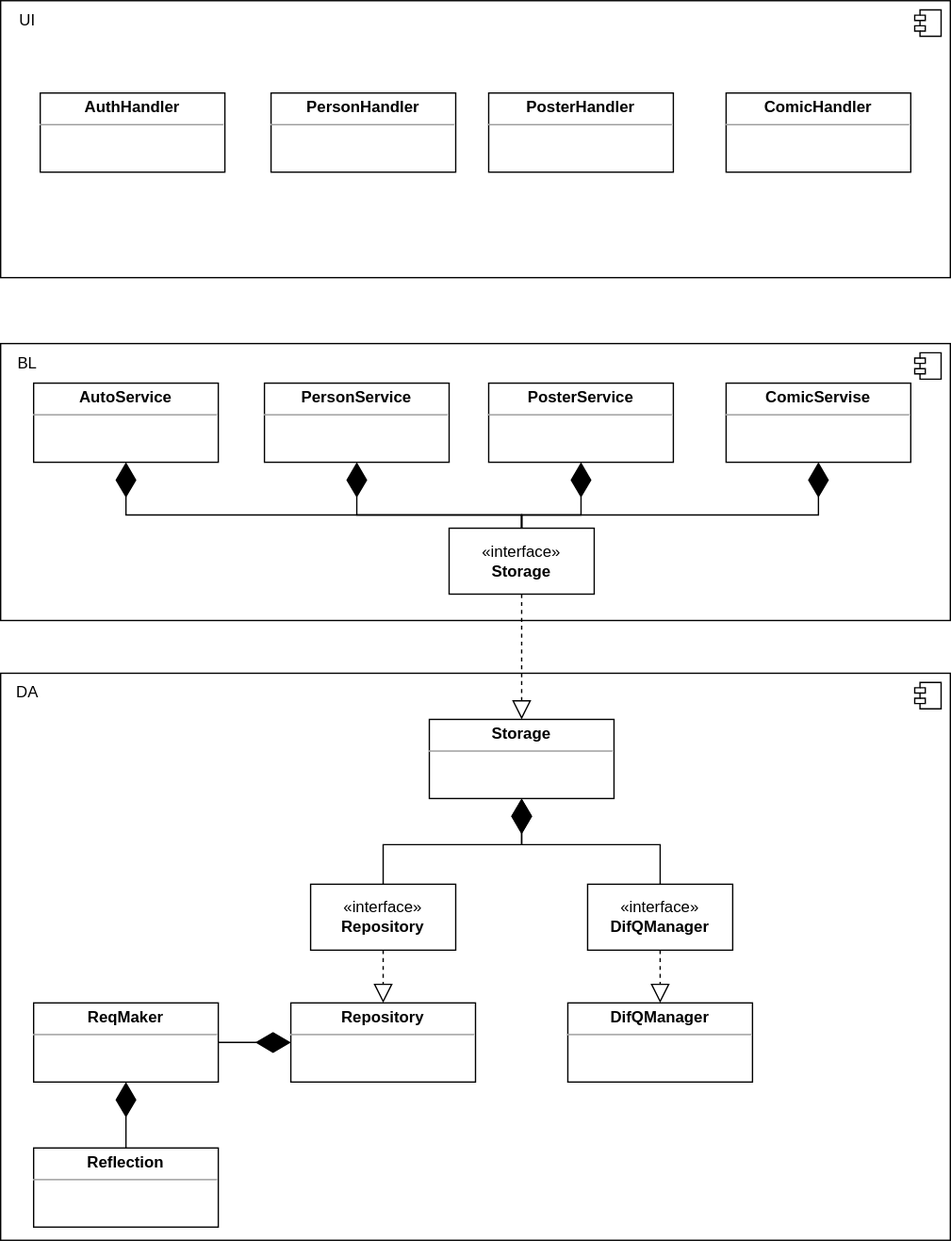
The draw.io diagram img/uml.svg in thirteenths/WEB_BMSTU23, before a commit. Source tidied: cells renumbered, new cells last; positions are measured from the earlier drawing's top-left corner, leaving out a move shared by most shapes.
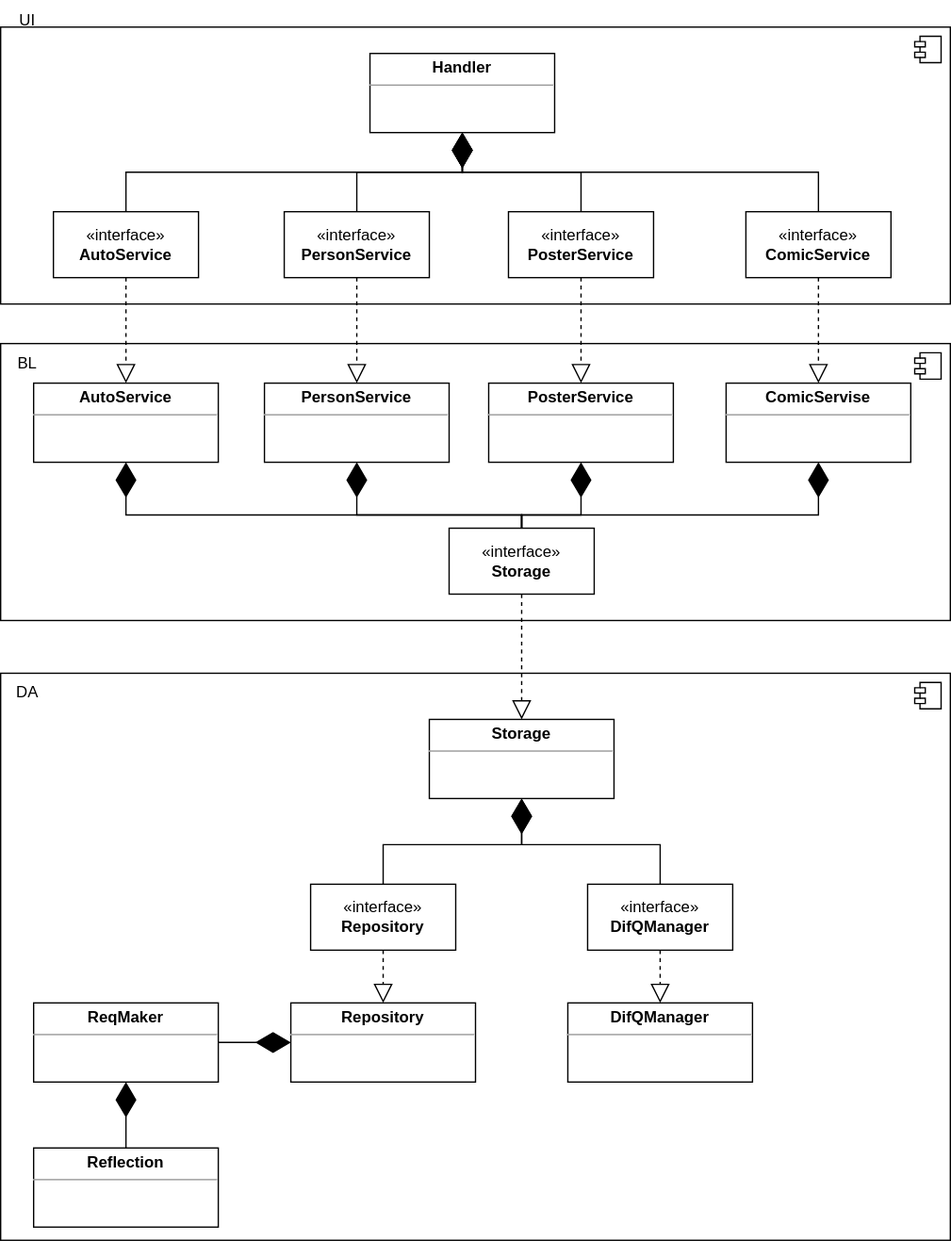
The same file after the commit.

Diff of the diagram source:
```diff
@@ -3,7 +3,7 @@
     <mxCell id="0" />
     <mxCell id="1" parent="0" />
     <mxCell id="2" style="html=1;whiteSpace=wrap;fillColor=none;align=left;" parent="1" vertex="1">
-      <mxGeometry width="720" height="210" as="geometry" />
+      <mxGeometry y="20" width="720" height="210" as="geometry" />
     </mxCell>
     <mxCell id="3" style="shape=module;jettyWidth=8;jettyHeight=4;" parent="2" vertex="1">
       <mxGeometry x="1" width="20" height="20" relative="1" as="geometry">
@@ -114,18 +114,9 @@
         </Array>
       </mxGeometry>
     </mxCell>
-    <mxCell id="29" value="&lt;p style=&quot;margin:0px;margin-top:4px;text-align:center;&quot;&gt;&lt;b&gt;AuthHandler&lt;/b&gt;&lt;/p&gt;&lt;hr size=&quot;1&quot;&gt;&lt;div style=&quot;height:2px;&quot;&gt;&lt;/div&gt;" style="verticalAlign=top;align=left;overflow=fill;fontSize=12;fontFamily=Helvetica;html=1;whiteSpace=wrap;" parent="1" vertex="1">
-      <mxGeometry x="30" y="70" width="140" height="60" as="geometry" />
-    </mxCell>
-    <mxCell id="30" value="&lt;p style=&quot;margin:0px;margin-top:4px;text-align:center;&quot;&gt;&lt;b&gt;ComicHandler&lt;/b&gt;&lt;/p&gt;&lt;hr size=&quot;1&quot;&gt;&lt;div style=&quot;height:2px;&quot;&gt;&lt;/div&gt;" style="verticalAlign=top;align=left;overflow=fill;fontSize=12;fontFamily=Helvetica;html=1;whiteSpace=wrap;" parent="1" vertex="1">
-      <mxGeometry x="550" y="70" width="140" height="60" as="geometry" />
+    <mxCell id="30" value="&lt;p style=&quot;margin:0px;margin-top:4px;text-align:center;&quot;&gt;&lt;b&gt;Handler&lt;/b&gt;&lt;/p&gt;&lt;hr size=&quot;1&quot;&gt;&lt;div style=&quot;height:2px;&quot;&gt;&lt;/div&gt;" style="verticalAlign=top;align=left;overflow=fill;fontSize=12;fontFamily=Helvetica;html=1;whiteSpace=wrap;" parent="1" vertex="1">
+      <mxGeometry x="280" y="40" width="140" height="60" as="geometry" />
     </mxCell>
-    <mxCell id="31" value="&lt;p style=&quot;margin:0px;margin-top:4px;text-align:center;&quot;&gt;&lt;b&gt;PosterHandler&lt;/b&gt;&lt;/p&gt;&lt;hr size=&quot;1&quot;&gt;&lt;div style=&quot;height:2px;&quot;&gt;&lt;/div&gt;" style="verticalAlign=top;align=left;overflow=fill;fontSize=12;fontFamily=Helvetica;html=1;whiteSpace=wrap;" parent="1" vertex="1">
-      <mxGeometry x="370" y="70" width="140" height="60" as="geometry" />
-    </mxCell>
-    <mxCell id="32" value="&lt;p style=&quot;margin:0px;margin-top:4px;text-align:center;&quot;&gt;&lt;b&gt;PersonHandler&lt;/b&gt;&lt;/p&gt;&lt;hr size=&quot;1&quot;&gt;&lt;div style=&quot;height:2px;&quot;&gt;&lt;/div&gt;" style="verticalAlign=top;align=left;overflow=fill;fontSize=12;fontFamily=Helvetica;html=1;whiteSpace=wrap;" parent="1" vertex="1">
-      <mxGeometry x="205" y="70" width="140" height="60" as="geometry" />
-    </mxCell>
     <mxCell id="33" value="&lt;p style=&quot;margin:0px;margin-top:4px;text-align:center;&quot;&gt;&lt;b&gt;AutoService&lt;/b&gt;&lt;/p&gt;&lt;hr size=&quot;1&quot;&gt;&lt;div style=&quot;height:2px;&quot;&gt;&lt;/div&gt;" style="verticalAlign=top;align=left;overflow=fill;fontSize=12;fontFamily=Helvetica;html=1;whiteSpace=wrap;" parent="1" vertex="1">
       <mxGeometry x="25" y="290" width="140" height="60" as="geometry" />
     </mxCell>
@@ -146,5 +137,61 @@
     <mxCell id="37" value="DA" style="text;html=1;align=center;verticalAlign=middle;strokeColor=none;fillColor=none;" parent="1" vertex="1">
       <mxGeometry y="510" width="40" height="30" as="geometry" />
     </mxCell>
+    <mxCell id="38" style="endArrow=diamondThin;endFill=1;endSize=24;html=1;entryX=0.5;entryY=1;entryDx=0;entryDy=0;exitX=0.5;exitY=0;exitDx=0;exitDy=0;rounded=0;" parent="1" edge="1" source="40" target="30">
+      <mxGeometry relative="1" as="geometry">
+        <Array as="points">
+          <mxPoint x="95" y="130" />
+          <mxPoint x="350" y="130" />
+        </Array>
+      </mxGeometry>
+    </mxCell>
+    <mxCell id="39" style="endArrow=diamondThin;endFill=1;endSize=24;html=1;entryX=0.5;entryY=1;entryDx=0;entryDy=0;exitX=0.5;exitY=0;exitDx=0;exitDy=0;rounded=0;" parent="1" edge="1" source="41" target="30">
+      <mxGeometry relative="1" as="geometry">
+        <Array as="points">
+          <mxPoint x="270" y="130" />
+          <mxPoint x="350" y="130" />
+        </Array>
+      </mxGeometry>
+    </mxCell>
+    <mxCell id="40" value="«interface»&lt;br&gt;&lt;b&gt;AutoService&lt;/b&gt;" style="html=1;whiteSpace=wrap;" parent="1" vertex="1">
+      <mxGeometry x="40" y="160" width="110" height="50" as="geometry" />
+    </mxCell>
+    <mxCell id="41" value="«interface»&lt;br&gt;&lt;b&gt;PersonService&lt;/b&gt;" style="html=1;whiteSpace=wrap;" parent="1" vertex="1">
+      <mxGeometry x="215" y="160" width="110" height="50" as="geometry" />
+    </mxCell>
+    <mxCell id="42" value="«interface»&lt;br&gt;&lt;b&gt;PosterService&lt;/b&gt;" style="html=1;whiteSpace=wrap;" parent="1" vertex="1">
+      <mxGeometry x="385" y="160" width="110" height="50" as="geometry" />
+    </mxCell>
+    <mxCell id="43" value="«interface»&lt;br&gt;&lt;b&gt;ComicService&lt;/b&gt;" style="html=1;whiteSpace=wrap;" parent="1" vertex="1">
+      <mxGeometry x="565" y="160" width="110" height="50" as="geometry" />
+    </mxCell>
+    <mxCell id="44" style="endArrow=diamondThin;endFill=1;endSize=24;html=1;entryX=0.5;entryY=1;entryDx=0;entryDy=0;exitX=0.5;exitY=0;exitDx=0;exitDy=0;rounded=0;" parent="1" edge="1" source="42" target="30">
+      <mxGeometry relative="1" as="geometry">
+        <Array as="points">
+          <mxPoint x="440" y="130" />
+          <mxPoint x="350" y="130" />
+        </Array>
+      </mxGeometry>
+    </mxCell>
+    <mxCell id="45" style="endArrow=diamondThin;endFill=1;endSize=24;html=1;entryX=0.5;entryY=1;entryDx=0;entryDy=0;exitX=0.5;exitY=0;exitDx=0;exitDy=0;rounded=0;" parent="1" edge="1" source="43" target="30">
+      <mxGeometry relative="1" as="geometry">
+        <Array as="points">
+          <mxPoint x="620" y="130" />
+          <mxPoint x="350" y="130" />
+        </Array>
+      </mxGeometry>
+    </mxCell>
+    <mxCell id="46" style="endArrow=block;dashed=1;endFill=0;endSize=12;html=1;rounded=0;exitX=0.5;exitY=1;exitDx=0;exitDy=0;entryX=0.5;entryY=0;entryDx=0;entryDy=0;" parent="1" edge="1" source="40" target="33">
+      <mxGeometry relative="1" as="geometry" />
+    </mxCell>
+    <mxCell id="47" style="endArrow=block;dashed=1;endFill=0;endSize=12;html=1;rounded=0;exitX=0.5;exitY=1;exitDx=0;exitDy=0;entryX=0.5;entryY=0;entryDx=0;entryDy=0;" parent="1" edge="1" source="41" target="21">
+      <mxGeometry relative="1" as="geometry" />
+    </mxCell>
+    <mxCell id="48" style="endArrow=block;dashed=1;endFill=0;endSize=12;html=1;rounded=0;exitX=0.5;exitY=1;exitDx=0;exitDy=0;entryX=0.5;entryY=0;entryDx=0;entryDy=0;" parent="1" edge="1" source="42" target="22">
+      <mxGeometry relative="1" as="geometry" />
+    </mxCell>
+    <mxCell id="49" style="endArrow=block;dashed=1;endFill=0;endSize=12;html=1;rounded=0;exitX=0.5;exitY=1;exitDx=0;exitDy=0;entryX=0.5;entryY=0;entryDx=0;entryDy=0;" parent="1" edge="1" source="43" target="23">
+      <mxGeometry relative="1" as="geometry" />
+    </mxCell>
   </root>
 </mxGraphModel>
```
